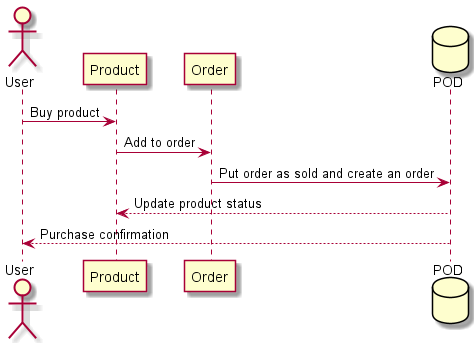
The PlantUML diagram images/06_buyProduct_runtime_view.png in Arquisoft/dede_es6c, before a commit. Its diagram source:
```plantuml
@startuml buyProduct
actor User
participant Product
participant Order
database POD
User -> Product : Buy product
Product -> Order : Add to order
Order -> POD : Put order as sold and create an order
POD --> Product : Update product status
POD --> User : Purchase confirmation
@enduml
```
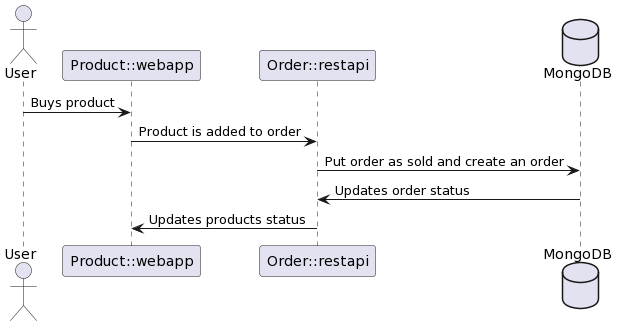
After the change.

Diff of the diagram source:
```diff
@@ -1,11 +1,9 @@
-@startuml buyProduct
+@startuml
 actor User
-participant Product
-participant Order
-database POD
-User -> Product : Buy product
-Product -> Order : Add to order
-Order -> POD : Put order as sold and create an order
-POD --> Product : Update product status
-POD --> User : Purchase confirmation
+User -> "Product::webapp" : Buys product
+"Product::webapp"-> "Order::restapi": Product is added to order
+Database MongoDB
+"Order::restapi"-> MongoDB : Put order as sold and create an order
+MongoDB -> "Order::restapi" : Updates order status
+"Order::restapi"-> "Product::webapp": Updates products status
 @enduml
```
